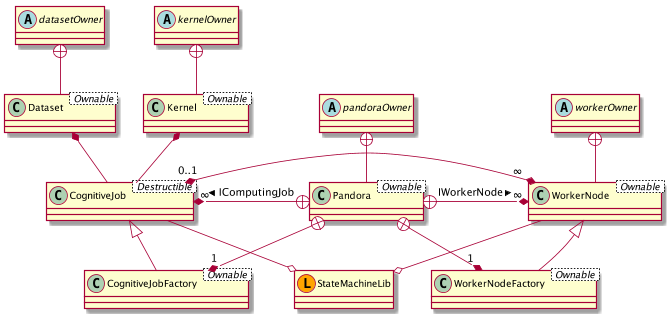
The PlantUML diagram docs/runtime.png in pandoraboxchain/pyrrha-consensus, before a commit.
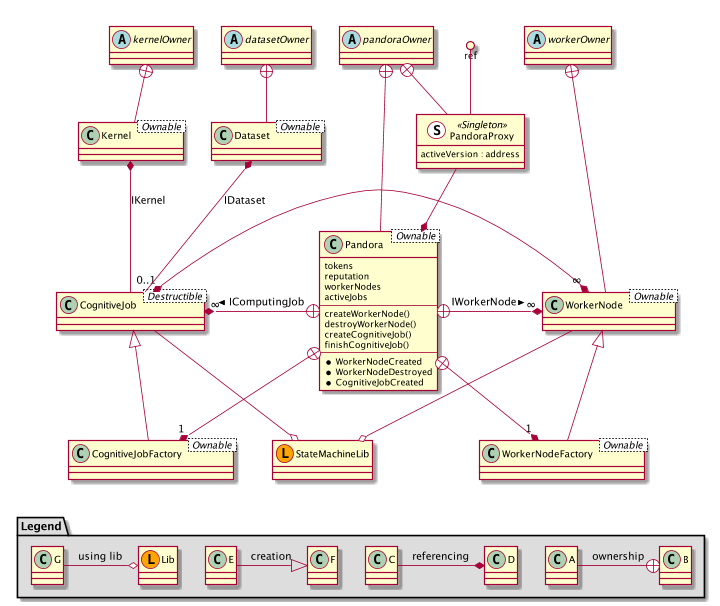
The same file after the commit.

Commit message:
Improving docs on runtime environment

What changed in the source:
```diff
@@ -2,7 +2,22 @@
 
 abstract pandoraOwner
 
-class Pandora< Ownable >
+class Pandora< Ownable > {
+  tokens
+  reputation
+  workerNodes
+  activeJobs
+  --
+  createWorkerNode()
+  destroyWorkerNode()
+  createCognitiveJob()
+  finishCognitiveJob()
+  --
+  *WorkerNodeCreated
+  *WorkerNodeDestroyed
+  *CognitiveJobCreated
+}
+
 class CognitiveJobFactory< Ownable >
 class WorkerNodeFactory< Ownable >
 
@@ -32,8 +47,8 @@
 class Kernel< Ownable >
 class Dataset< Ownable >
 
-CognitiveJob -down-* Kernel
-CognitiveJob -down-* Dataset
+CognitiveJob -down-* Kernel: IKernel
+CognitiveJob -down-* Dataset: IDataset
 
 abstract kernelOwner
 abstract datasetOwner
@@ -41,4 +56,26 @@
 Kernel -down-+ kernelOwner
 Dataset -down-+ datasetOwner
 
+kernelOwner -right[hidden]- pandoraOwner
+kernelOwner -right[hidden]- workerOwner
+
+package Legend #DDDDDD {
+    class Lib << (L,orange) >>
+    A -left-+ B : ownership
+    C -left-* D : referencing
+    E -right-|> F : creation
+    G -left-o Lib : using lib
+}
+
+StateMachineLib -down[hidden]-> F
+
+class PandoraProxy << (S,white) Singleton >> {
+    activeVersion : address
+}
+
+PandoraProxy --* Pandora
+PandoraProxy -down-+ pandoraOwner
+
+ref ()-- PandoraProxy
+
 @enduml
```
